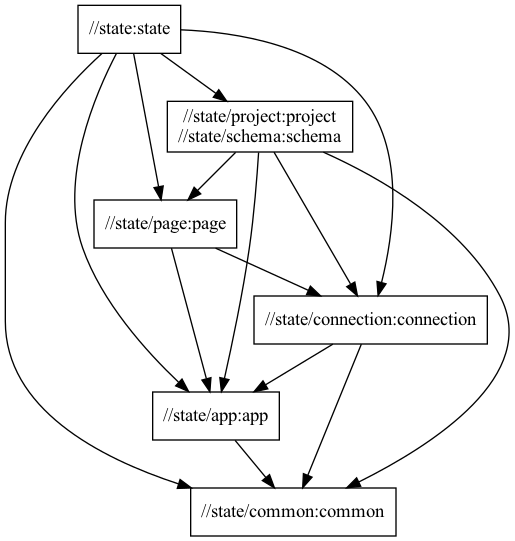
typedb/typedb-studio keeps this Graphviz diagram as docs/state-package-structure.png. Above is the earlier version. Its source is kept beside it as docs/state-package-structure.dot.
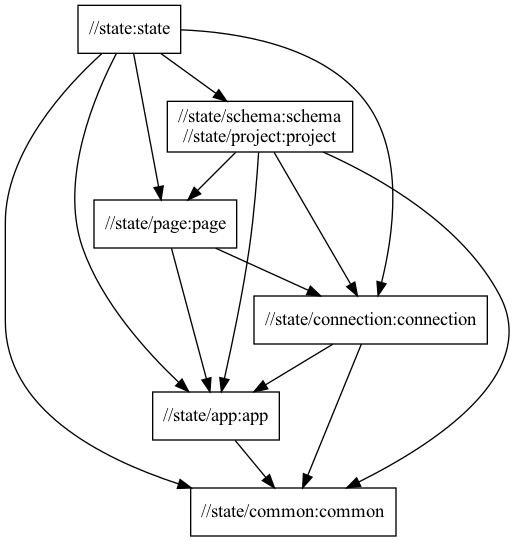
The same diagram one commit later.

Commit message:
Update package structure documentation

Change to the diagram source:
```diff
@@ -5,12 +5,12 @@
   "//state:state" -> "//state/common:common"
   "//state:state" -> "//state/connection:connection"
   "//state:state" -> "//state/page:page"
-  "//state:state" -> "//state/project:project\n//state/schema:schema"
-  "//state/project:project\n//state/schema:schema"
-  "//state/project:project\n//state/schema:schema" -> "//state/app:app"
-  "//state/project:project\n//state/schema:schema" -> "//state/common:common"
-  "//state/project:project\n//state/schema:schema" -> "//state/connection:connection"
-  "//state/project:project\n//state/schema:schema" -> "//state/page:page"
+  "//state:state" -> "//state/schema:schema\n//state/project:project"
+  "//state/schema:schema\n//state/project:project"
+  "//state/schema:schema\n//state/project:project" -> "//state/app:app"
+  "//state/schema:schema\n//state/project:project" -> "//state/common:common"
+  "//state/schema:schema\n//state/project:project" -> "//state/connection:connection"
+  "//state/schema:schema\n//state/project:project" -> "//state/page:page"
   "//state/page:page"
   "//state/page:page" -> "//state/app:app"
   "//state/page:page" -> "//state/connection:connection"
```
